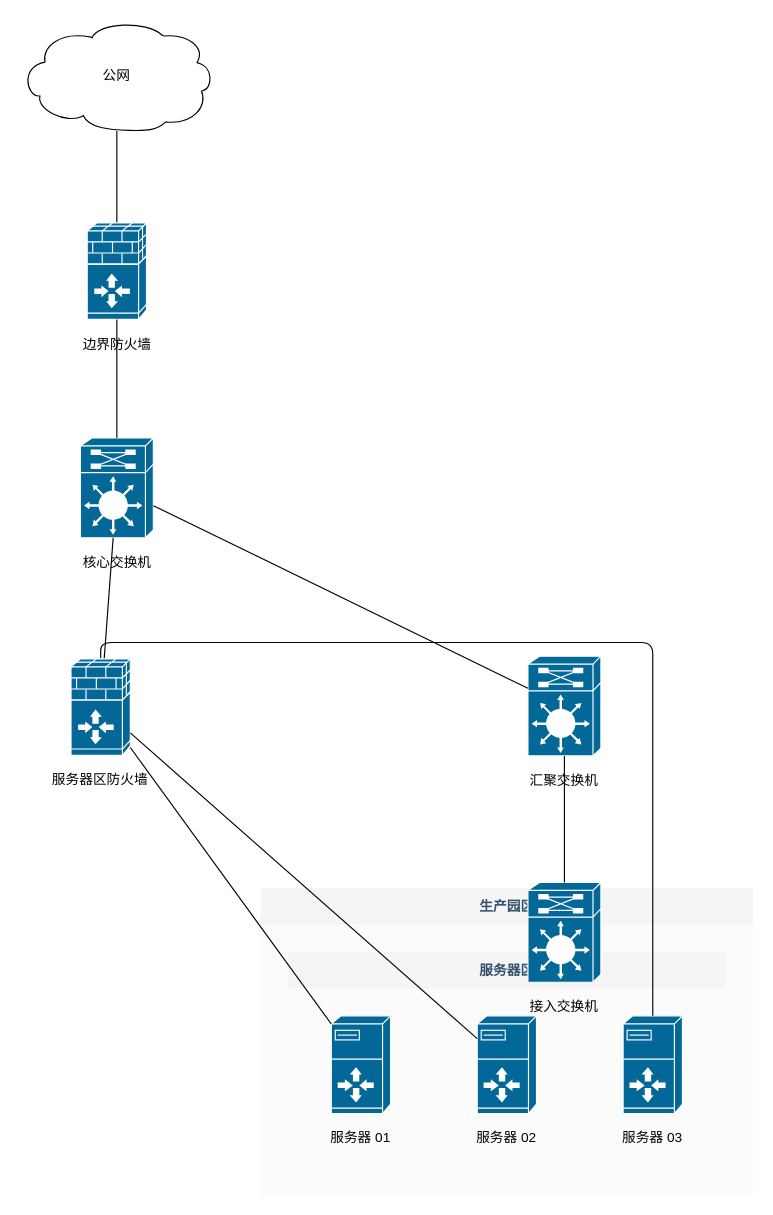
Above: out/v1_2_network.drawio in ttonghao-thao/Ai-Diagram (draw.io), before the change. Source tidied: cells renumbered, new cells numbered last; positions are measured from the earlier drawing's top-left corner, leaving out a move shared by most shapes. Both pictures are drawn from the tidied source at 114%, with x=0, y=0 at pixel (19, 19).
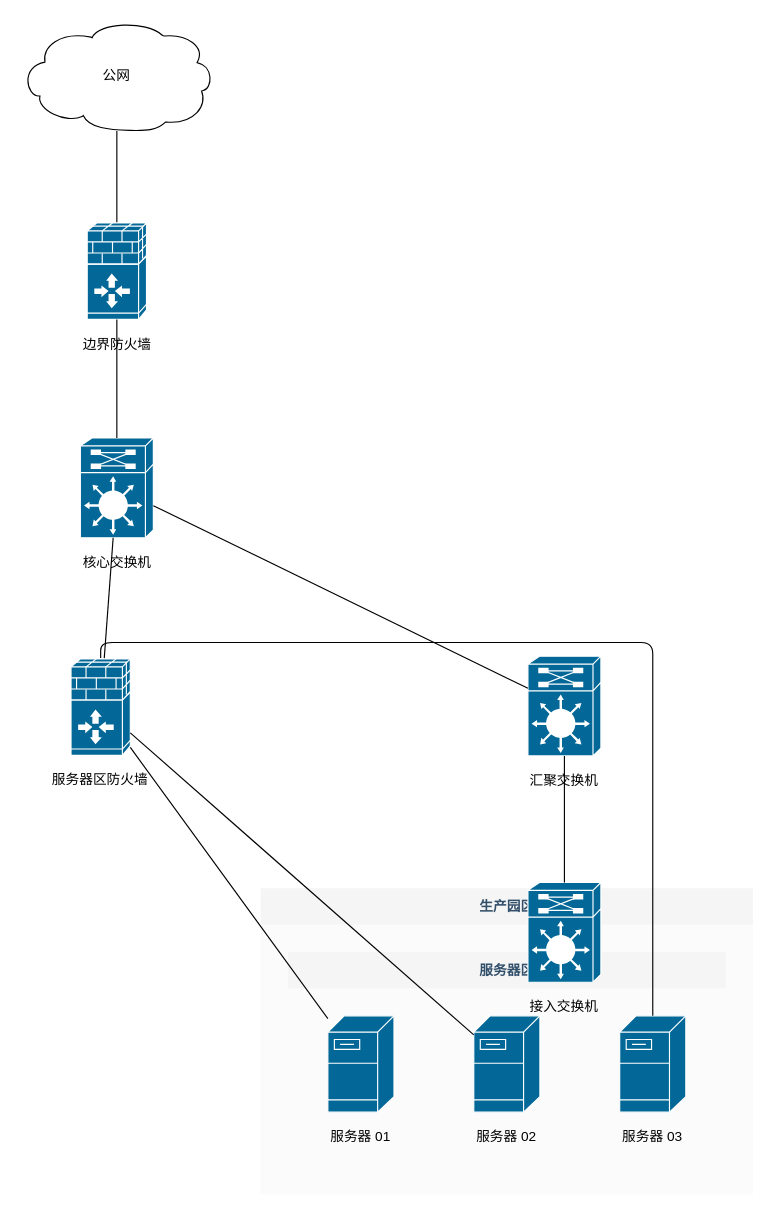
The same page after the edit.

Diff of the diagram source:
```diff
@@
     <mxCell id="2" value="生产园区" style="swimlane;html=1;startSize=32;horizontal=1;rounded=1;fillColor=#F4F7FA;strokeColor=#9DB4C8;fontColor=#33506B;swimlaneFillColor=#FBFDFE;rounded=0;fillColor=#F5F5F5;strokeColor=none;swimlaneFillColor=#FBFBFB;" parent="1" vertex="1">
-      <mxGeometry x="211.1" y="761.6" width="432" height="269.8" as="geometry" />
+      <mxGeometry x="211.1" y="761.6" width="432" height="268.5" as="geometry" />
     </mxCell>
     <mxCell id="3" value="服务器区" style="swimlane;html=1;startSize=32;horizontal=1;rounded=1;fillColor=#F4F7FA;strokeColor=#9DB4C8;fontColor=#33506B;swimlaneFillColor=#FBFDFE;rounded=0;fillColor=#F5F5F5;strokeColor=none;swimlaneFillColor=#FBFBFB;" parent="2" vertex="1">
-      <mxGeometry x="24" y="56" width="384" height="189.8" as="geometry" />
+      <mxGeometry x="24" y="56" width="384" height="188.5" as="geometry" />
     </mxCell>
@@
-    <mxCell id="10" value="服务器 03" style="sketch=0;outlineConnect=0;html=1;fillColor=#036897;strokeColor=#FFFFFF;shape=mxgraph.cisco.servers.server_with_router;verticalLabelPosition=bottom;verticalAlign=top;align=center;spacingTop=8;fontSize=12;fontColor=#000000;whiteSpace=wrap;labelWidth=80;verticalLabelPosition=bottom;verticalAlign=top;align=center;aiKind=server;aiNetworkRole=endpoint;aiShapeId=cisco.servers.server_with_router;" parent="3" vertex="1">
-      <mxGeometry x="294" y="56" width="52" height="85.8" as="geometry" />
+    <mxCell id="10" value="服务器 03" style="sketch=0;outlineConnect=0;html=1;fillColor=#036897;strokeColor=#FFFFFF;shape=mxgraph.cisco.servers.fileserver;verticalLabelPosition=bottom;verticalAlign=top;align=center;spacingTop=8;fontSize=12;fontColor=#000000;whiteSpace=wrap;labelWidth=80;verticalLabelPosition=bottom;verticalAlign=top;align=center;aiKind=server;aiNetworkRole=endpoint;aiShapeId=cisco.servers.fileserver;" parent="3" vertex="1">
+      <mxGeometry x="291" y="56" width="58" height="84.5" as="geometry" />
     </mxCell>
-    <mxCell id="11" value="服务器 01" style="sketch=0;outlineConnect=0;html=1;fillColor=#036897;strokeColor=#FFFFFF;shape=mxgraph.cisco.servers.server_with_router;verticalLabelPosition=bottom;verticalAlign=top;align=center;spacingTop=8;fontSize=12;fontColor=#000000;whiteSpace=wrap;labelWidth=80;verticalLabelPosition=bottom;verticalAlign=top;align=center;aiKind=server;aiNetworkRole=endpoint;aiShapeId=cisco.servers.server_with_router;" parent="3" vertex="1">
-      <mxGeometry x="38" y="56" width="52" height="85.8" as="geometry" />
+    <mxCell id="11" value="服务器 01" style="sketch=0;outlineConnect=0;html=1;fillColor=#036897;strokeColor=#FFFFFF;shape=mxgraph.cisco.servers.fileserver;verticalLabelPosition=bottom;verticalAlign=top;align=center;spacingTop=8;fontSize=12;fontColor=#000000;whiteSpace=wrap;labelWidth=80;verticalLabelPosition=bottom;verticalAlign=top;align=center;aiKind=server;aiNetworkRole=endpoint;aiShapeId=cisco.servers.fileserver;" parent="3" vertex="1">
+      <mxGeometry x="35" y="56" width="58" height="84.5" as="geometry" />
     </mxCell>
-    <mxCell id="12" value="服务器 02" style="sketch=0;outlineConnect=0;html=1;fillColor=#036897;strokeColor=#FFFFFF;shape=mxgraph.cisco.servers.server_with_router;verticalLabelPosition=bottom;verticalAlign=top;align=center;spacingTop=8;fontSize=12;fontColor=#000000;whiteSpace=wrap;labelWidth=80;verticalLabelPosition=bottom;verticalAlign=top;align=center;aiKind=server;aiNetworkRole=endpoint;aiShapeId=cisco.servers.server_with_router;" parent="3" vertex="1">
-      <mxGeometry x="166" y="56" width="52" height="85.8" as="geometry" />
+    <mxCell id="12" value="服务器 02" style="sketch=0;outlineConnect=0;html=1;fillColor=#036897;strokeColor=#FFFFFF;shape=mxgraph.cisco.servers.fileserver;verticalLabelPosition=bottom;verticalAlign=top;align=center;spacingTop=8;fontSize=12;fontColor=#000000;whiteSpace=wrap;labelWidth=80;verticalLabelPosition=bottom;verticalAlign=top;align=center;aiKind=server;aiNetworkRole=endpoint;aiShapeId=cisco.servers.fileserver;" parent="3" vertex="1">
+      <mxGeometry x="163" y="56" width="58" height="84.5" as="geometry" />
     </mxCell>
```
